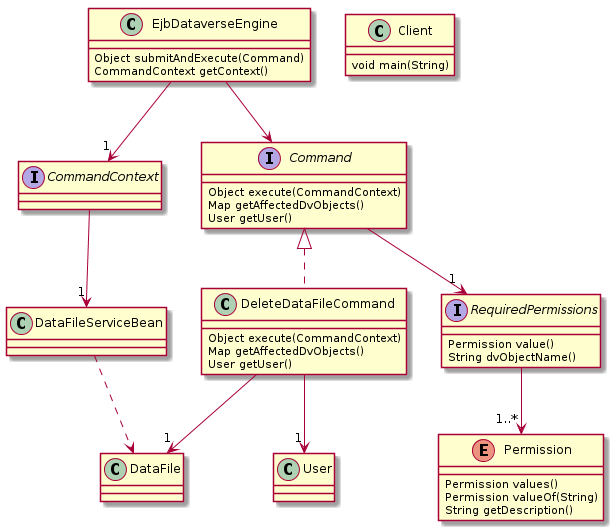
IQSS/javaone2014-bof5619 keeps this PlantUML diagram as images/dataverse-classes.png. Above is the earlier version.
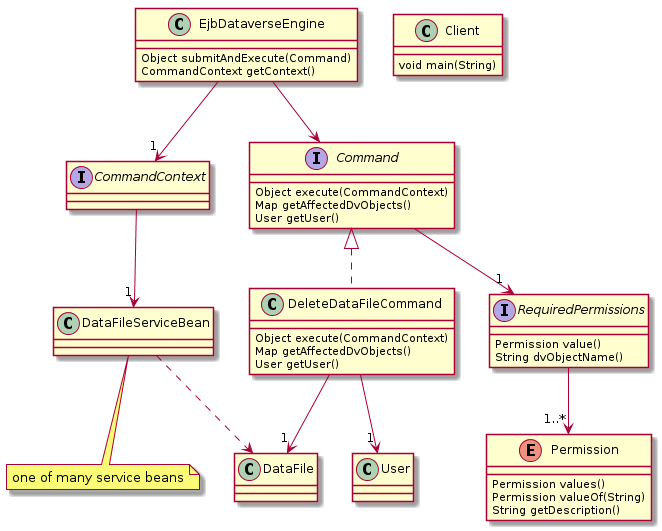
Later version of the same file.

Commit message:
better text for dataverse command example

The edit, as a diff of the source:
```diff
@@ -10,6 +10,8 @@
 class Client
 class DeleteDataFileCommand
 class DataFileServiceBean
+note "one of many service beans" as Note1
+DataFileServiceBean .. Note1
 class User
 
 CommandContext  --> "1" DataFileServiceBean
@@ -18,19 +20,9 @@
 EjbDataverseEngine  -->  Command
 DataFileServiceBean  ..>  DataFile
 
-Client : void main(String)
-
-EjbDataverseEngine --> "1" CommandContext
-EjbDataverseEngine : Object submitAndExecute(Command)
-EjbDataverseEngine : CommandContext getContext()
-
-RequiredPermissions : Permission value()
-RequiredPermissions : String dvObjectName()
-
 Permission : Permission values()
 Permission : Permission valueOf(String)
 Permission : String getDescription()
-
 
 
 Command <|.. DeleteDataFileCommand
@@ -40,10 +32,20 @@
 DeleteDataFileCommand : Map getAffectedDvObjects()
 DeleteDataFileCommand : User getUser()
 
+EjbDataverseEngine --> "1" CommandContext
+EjbDataverseEngine : Object submitAndExecute(Command)
+EjbDataverseEngine : CommandContext getContext()
+
+RequiredPermissions : Permission value()
+RequiredPermissions : String dvObjectName()
 
 Command : Object execute(CommandContext)
 Command : Map getAffectedDvObjects()
 Command : User getUser()
 
 
+
+Client : void main(String)
+
+
 @enduml
```
